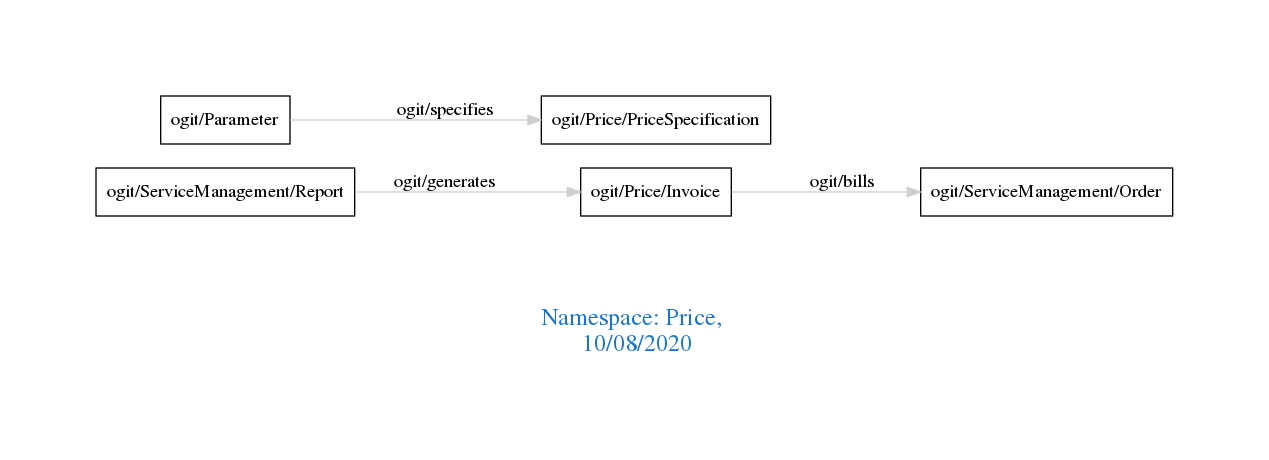
Above: downloads/Price.png in arago/OGIT (Graphviz), before the change. Its source is kept beside it as downloads/Price.dot.
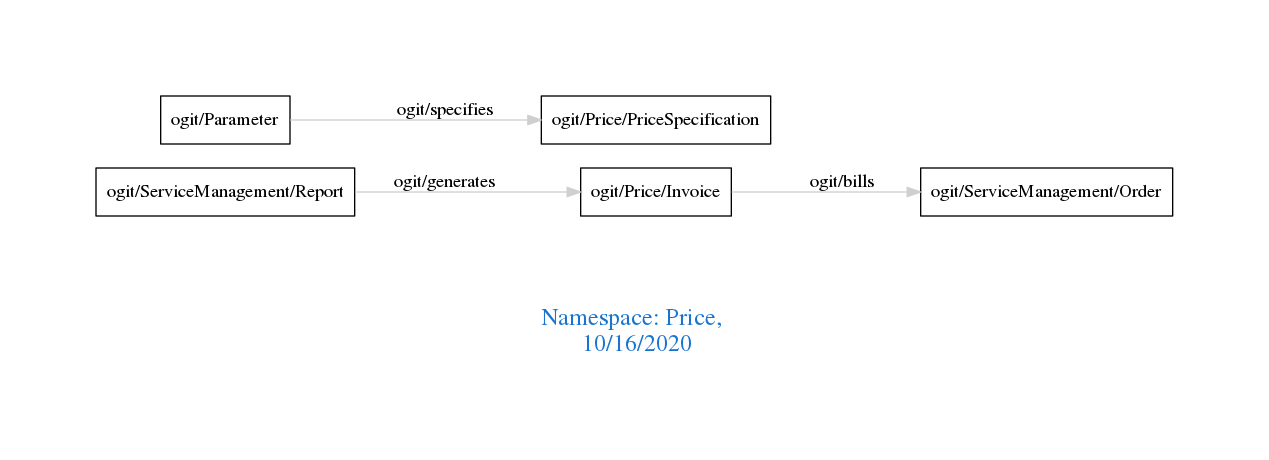
After the change.

The edit, as a diff of the source:
```diff
@@ -1,7 +1,7 @@
 digraph OGIT_ontology {
  graph [ rankdir= LR,pad=1
 fontsize = 18,
-fontcolor= dodgerblue3,label = "\n\n\nNamespace: Price, \n 10/08/2020"];
+fontcolor= dodgerblue3,label = "\n\n\nNamespace: Price, \n 10/16/2020"];
 node[shape=polygon];
 edge [  color="gray81"];
 
```
